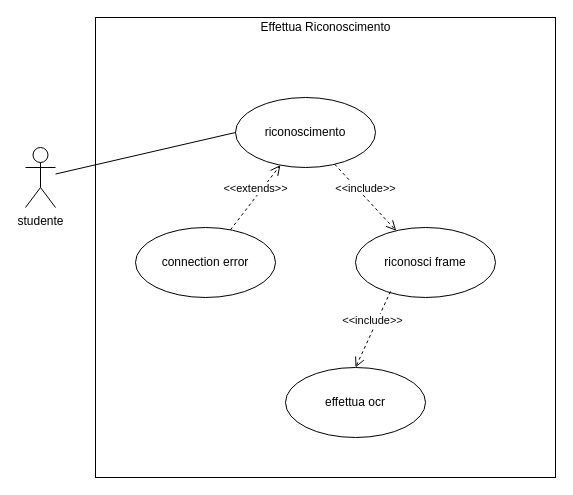
Above: report/uml_use_case.drawio in Andrew-Wyn/ing_SW_DIL (draw.io), before the change. Source tidied: cells renumbered, new cells numbered last; positions are measured from the earlier drawing's top-left corner, leaving out a move shared by most shapes. Both pictures are drawn from the tidied source at 100%, with x=0, y=0 at pixel (25, 17).
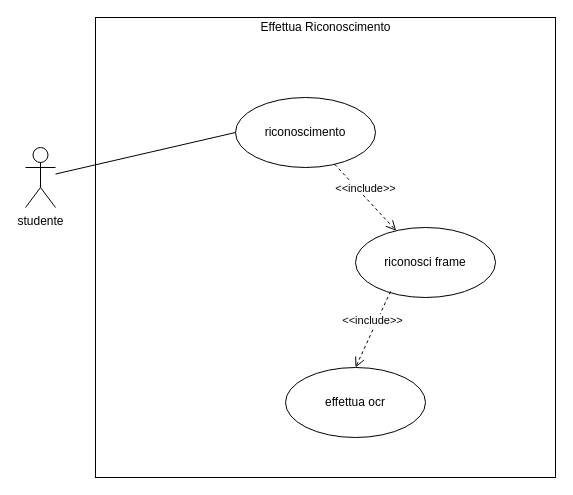
The same diagram, later.

Commit message (it also covers changes not shown here):
move use case diagram on top of architecture part, change implementation references in use case diagram

What changed in the source:
```diff
@@
 <mxGraphModel>
   <root>
     <mxCell id="0" />
     <mxCell id="1" parent="0" />
     <mxCell id="2" style="whiteSpace=wrap;html=1;" parent="1" vertex="1">
       <mxGeometry x="70" width="460" height="460" as="geometry" />
     </mxCell>
     <mxCell id="3" value="riconoscimento" style="ellipse;whiteSpace=wrap;html=1;" parent="1" vertex="1">
       <mxGeometry x="210" y="80" width="140" height="70" as="geometry" />
     </mxCell>
-    <mxCell id="4" value="&amp;lt;&amp;lt;extends&amp;gt;&amp;gt;" style="html=1;verticalAlign=bottom;endArrow=open;dashed=1;endSize=8;" parent="1" edge="1" source="6" target="3">
-      <mxGeometry relative="1" as="geometry" />
-    </mxCell>
     <mxCell id="5" value="riconosci frame" style="ellipse;whiteSpace=wrap;html=1;" parent="1" vertex="1">
       <mxGeometry x="330" y="210" width="140" height="70" as="geometry" />
     </mxCell>
-    <mxCell id="6" value="connection error" style="ellipse;whiteSpace=wrap;html=1;" parent="1" vertex="1">
-      <mxGeometry x="110" y="210" width="140" height="70" as="geometry" />
-    </mxCell>
     <mxCell id="7" value="effettua ocr" style="ellipse;whiteSpace=wrap;html=1;" parent="1" vertex="1">
       <mxGeometry x="260" y="350" width="140" height="70" as="geometry" />
     </mxCell>
     <mxCell id="8" value="studente" style="shape=umlActor;verticalLabelPosition=bottom;verticalAlign=top;html=1;" parent="1" vertex="1">
       <mxGeometry y="130" width="30" height="60" as="geometry" />
     </mxCell>
     <mxCell id="9" style="endArrow=none;html=1;entryX=0;entryY=0.5;entryDx=0;entryDy=0;" parent="1" edge="1" source="8" target="3">
       <mxGeometry relative="1" as="geometry" />
     </mxCell>
     <mxCell id="10" value="Effettua Riconoscimento" style="text;html=1;align=center;verticalAlign=middle;" parent="1" vertex="1">
       <mxGeometry x="225" width="150" height="20" as="geometry" />
     </mxCell>
     <mxCell id="11" value="&amp;lt;&amp;lt;include&amp;gt;&amp;gt;" style="html=1;verticalAlign=bottom;endArrow=open;dashed=1;endSize=8;exitX=0.25;exitY=0.914;exitDx=0;exitDy=0;exitPerimeter=0;entryX=0.5;entryY=0;entryDx=0;entryDy=0;" parent="1" edge="1" source="5" target="7">
       <mxGeometry relative="1" as="geometry" />
     </mxCell>
     <mxCell id="12" value="&amp;lt;&amp;lt;include&amp;gt;&amp;gt;" style="html=1;verticalAlign=bottom;endArrow=open;dashed=1;endSize=8;" parent="1" edge="1" source="3" target="5">
       <mxGeometry relative="1" as="geometry" />
     </mxCell>
   </root>
 </mxGraphModel>
```
